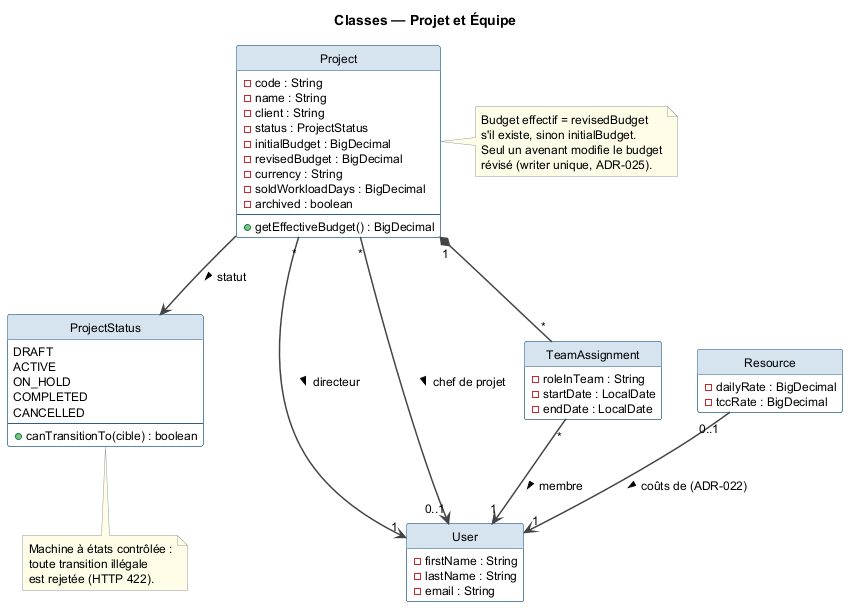
The PlantUML diagram docs/uml/class_project_team.png in mazenrakrouki/tekup-pms-platform, before a commit.
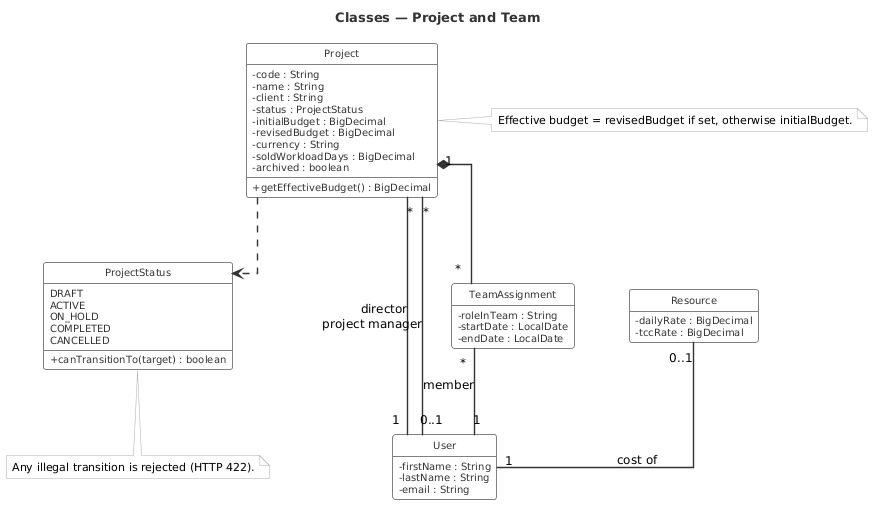
After the commit.

The edit, as a diff of the source:
```diff
@@ -1,18 +1,51 @@
 @startuml class_project_team
-title Classes — Projet et Équipe
+title Classes — Project and Team
 
 top to bottom direction
 
 skinparam shadowing false
-skinparam classBackgroundColor #FFFFFF
-skinparam classBorderColor #2C5F8A
-skinparam classHeaderBackgroundColor #D6E4F0
-skinparam defaultFontName Helvetica
-skinparam defaultFontSize 12
-skinparam ArrowColor #444444
-skinparam ArrowThickness 1.5
-skinparam noteBorderColor #999999
-skinparam noteBackgroundColor #FFFDE7
+skinparam classAttributeIconSize 0
+skinparam linetype ortho
+skinparam nodesep 55
+skinparam ranksep 65
+skinparam class {
+  BackgroundColor       #FFFFFF
+  BorderColor           #808080
+  BorderThickness       1
+  HeaderBackgroundColor #FFFFFF
+  FontColor             #333333
+  FontName              Helvetica
+  FontSize              11
+  FontStyle             plain
+  AttributeFontColor    #333333
+  AttributeFontName     Helvetica
+  AttributeFontSize     10
+}
+skinparam enum {
+  BackgroundColor       #FFFFFF
+  BorderColor           #808080
+  BorderThickness       1
+  HeaderBackgroundColor #FFFFFF
+  FontColor             #333333
+  FontName              Helvetica
+  FontSize              15
+  AttributeFontColor    #333333
+  AttributeFontName     Helvetica
+  AttributeFontSize     10
+}
+skinparam ArrowColor      #333333
+skinparam ArrowThickness  1.4
+skinparam ArrowFontColor  #000000
+skinparam ArrowFontStyle  plain
+skinparam ArrowFontName   Helvetica
+skinparam ArrowFontSize   12
+skinparam TitleFontName   Helvetica
+skinparam TitleFontSize   13
+skinparam TitleFontColor  #333333
+skinparam noteBorderColor     #AAAAAA
+skinparam noteBackgroundColor #FAFAFA
+skinparam noteFontName        Helvetica
+skinparam noteFontSize        11
 hide circle
 hide empty methods
 
@@ -23,7 +56,7 @@
   COMPLETED
   CANCELLED
   --
-  + canTransitionTo(cible) : boolean
+  + canTransitionTo(target) : boolean
 }
 
 class Project {
@@ -57,24 +90,18 @@
   - tccRate : BigDecimal
 }
 
-Project --> ProjectStatus : statut >
-Project "*" --> "1" User : directeur >
-Project "*" --> "0..1" User : chef de projet >
+Project ..> ProjectStatus
+Project "*" -- "1" User : director
+Project "*" -- "0..1" User : project manager
 Project "1" *-- "*" TeamAssignment
-TeamAssignment "*" --> "1" User : membre >
-Resource "0..1" --> "1" User : coûts de (ADR-022) >
-
+TeamAssignment "*" -- "1" User : member
+Resource "0..1" -- "1" User : cost of
 note right of Project
-  Budget effectif = revisedBudget
-  s'il existe, sinon initialBudget.
-  Seul un avenant modifie le budget
-  révisé (writer unique, ADR-025).
+  Effective budget = revisedBudget if set, otherwise initialBudget.
 end note
 
 note bottom of ProjectStatus
-  Machine à états contrôlée :
-  toute transition illégale
-  est rejetée (HTTP 422).
+  Any illegal transition is rejected (HTTP 422).
 end note
 
 @enduml
```
